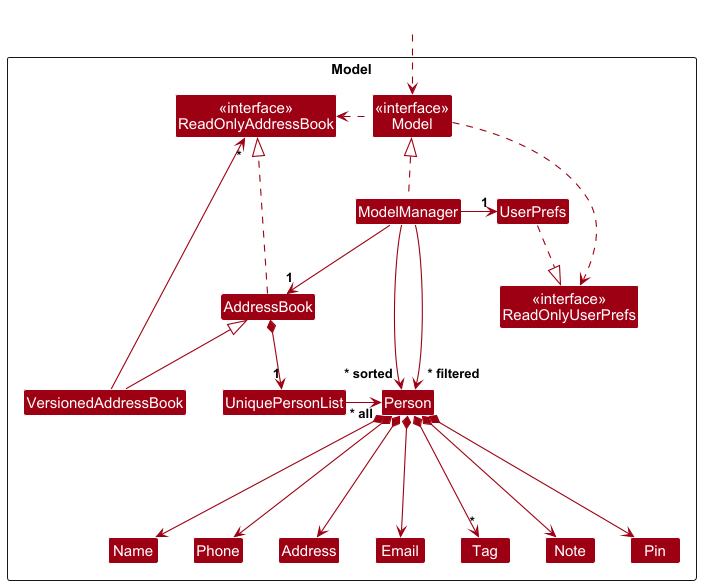
Above: docs/images/ModelClassDiagram.png in carineang/tp (PlantUML), before the change.
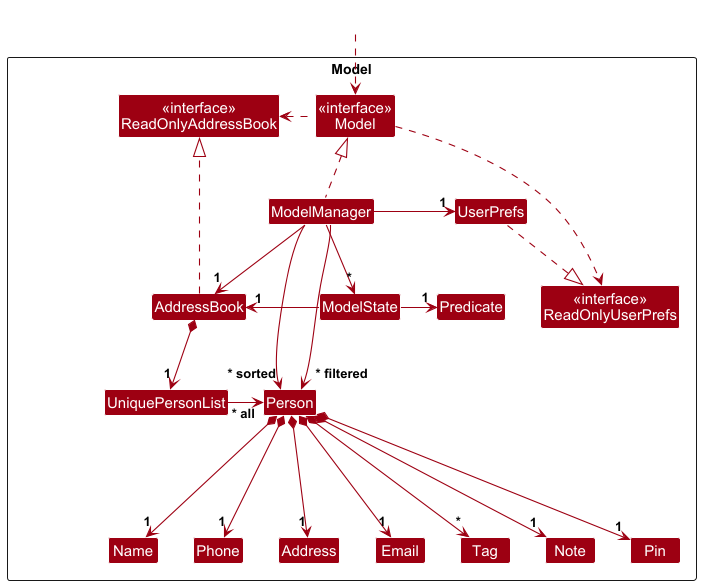
Later version of the same file.

What changed in the source:
```diff
@@ -21,7 +21,8 @@
 Class Tag
 Class Note
 Class Pin
-Class VersionedAddressBook
+Class ModelState
+Class Predicate
 
 Class I #FFFFFF
 }
@@ -35,20 +36,22 @@
 Model ..> ReadOnlyUserPrefs
 Model .left.> ReadOnlyAddressBook
 ModelManager --> "1" AddressBook
+ModelManager -> "~*" ModelState
+ModelState -left-> "1" AddressBook
+ModelState -right-> "1" Predicate
 ModelManager -right-> "1" UserPrefs
 ModelManager -left-> "~* filtered" Person
 ModelManager -right-> "~* sorted" Person
 UserPrefs ..|> ReadOnlyUserPrefs
 
-AddressBook <|-- VersionedAddressBook
 AddressBook *--> "1" UniquePersonList
 UniquePersonList --right-> "~* all" Person
-Person *--down-> Name
-Person *--down-> Phone
-Person *--down-> Email
-Person *--down-> Address
-Person *--down-> Note
-Person *--down-> Pin
+Person *--down-> "1" Name
+Person *--down-> "1" Phone
+Person *--down-> "1" Email
+Person *--down-> "1" Address
+Person *--down-> "1" Note
+Person *--down-> "1" Pin
 Person *--down-> "*" Tag
 
 Person -[hidden]--> I
@@ -58,5 +61,4 @@
 Phone -[hidden]right-> Address
 Address -[hidden]right-> Email
 
-VersionedAddressBook --> "*" ReadOnlyAddressBook
 @enduml
```
